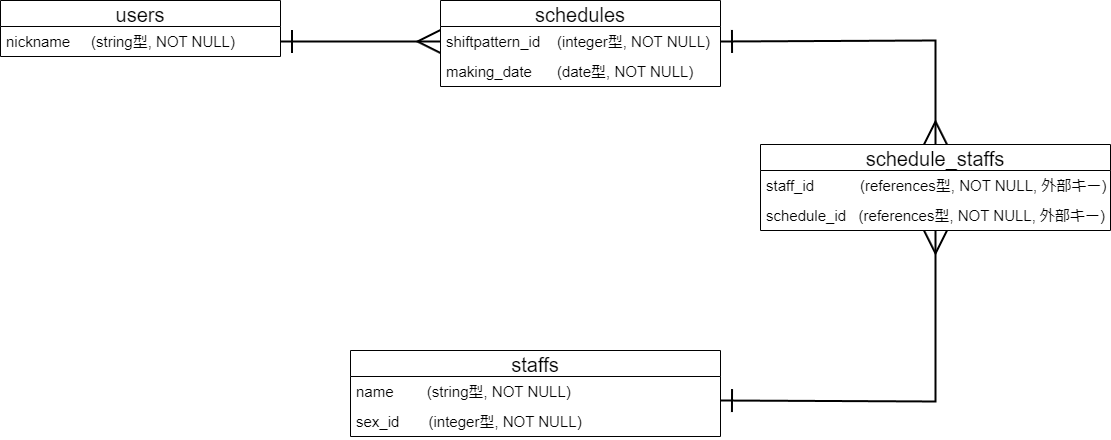
The draw.io diagram shift_maker_DB.drawio.png in piyofisu/shift_maker, before a commit. Source tidied: cells renumbered, new cells last; positions are measured from the earlier drawing's top-left corner, leaving out a move shared by most shapes.
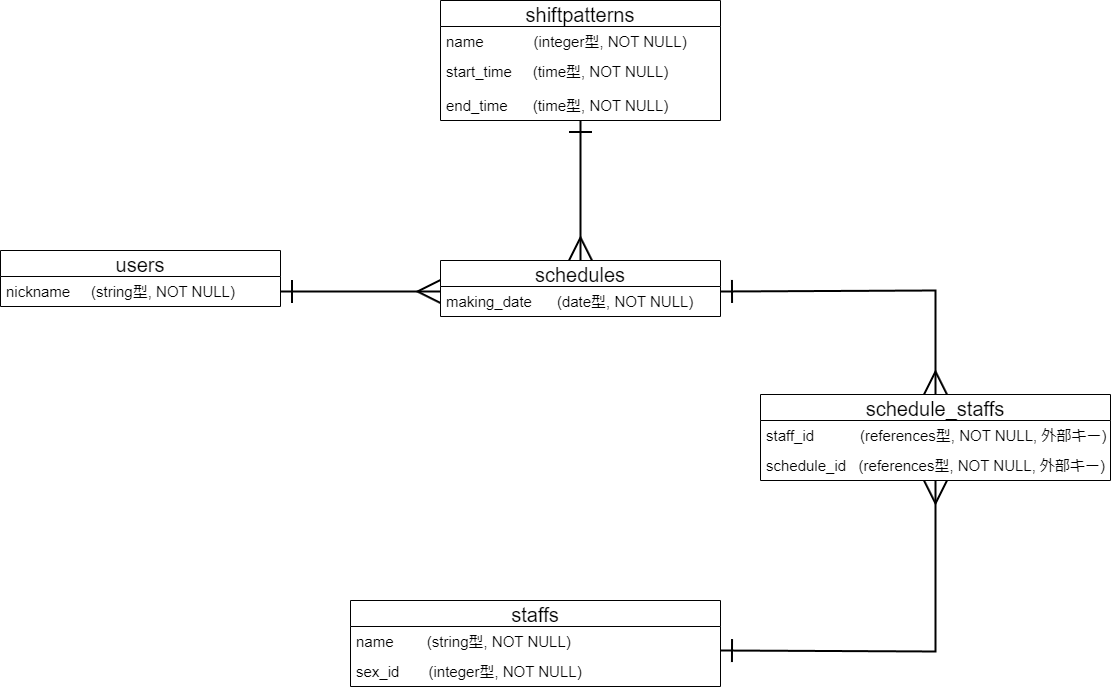
The same file after the commit.

Commit message:
作成自動化のため設計変更

Diff of the diagram source:
```diff
@@ -18,16 +18,15 @@
       <mxGeometry y="56" width="370" height="30" as="geometry" />
     </mxCell>
     <mxCell id="7" value="schedules" style="swimlane;fontStyle=0;horizontal=1;startSize=26;align=center;fontSize=20;" parent="1" vertex="1">
-      <mxGeometry x="440" width="280" height="86" as="geometry" />
+      <mxGeometry x="440" y="10" width="280" height="56" as="geometry" />
     </mxCell>
-    <mxCell id="8" value="shiftpattern_id    (integer型, NOT NULL)" style="text;strokeColor=none;fillColor=none;spacingLeft=4;spacingRight=4;overflow=hidden;points=[[0,0.5],[1,0.5]];portConstraint=eastwest;fontSize=15;" parent="7" vertex="1">
-      <mxGeometry y="26" width="280" height="30" as="geometry" />
-    </mxCell>
     <mxCell id="9" value="making_date      (date型, NOT NULL)" style="text;strokeColor=none;fillColor=none;spacingLeft=4;spacingRight=4;overflow=hidden;fontSize=15;" parent="7" vertex="1">
-      <mxGeometry y="56" width="280" height="30" as="geometry" />
+      <mxGeometry y="26" width="280" height="30" as="geometry" />
     </mxCell>
-    <mxCell id="10" style="edgeStyle=none;html=1;exitX=1;exitY=0.5;exitDx=0;exitDy=0;strokeWidth=2;fontSize=15;startArrow=ERone;startFill=0;endArrow=ERmany;endFill=0;endSize=20;startSize=20;entryX=0;entryY=0.5;entryDx=0;entryDy=0;" parent="1" edge="1" source="3" target="8">
-      <mxGeometry relative="1" as="geometry" />
+    <mxCell id="10" style="edgeStyle=none;html=1;exitX=1;exitY=0.5;exitDx=0;exitDy=0;strokeWidth=2;fontSize=15;startArrow=ERone;startFill=0;endArrow=ERmany;endFill=0;endSize=20;startSize=20;entryX=0;entryY=0.5;entryDx=0;entryDy=0;" parent="1" edge="1" source="3">
+      <mxGeometry relative="1" as="geometry">
+        <mxPoint x="440" y="41" as="targetPoint" />
+      </mxGeometry>
     </mxCell>
     <mxCell id="11" value="schedule_staffs" style="swimlane;fontStyle=0;horizontal=1;startSize=26;align=center;fontSize=20;" parent="1" vertex="1">
       <mxGeometry x="760" y="144" width="350" height="86" as="geometry" />
@@ -46,12 +45,28 @@
         </Array>
       </mxGeometry>
     </mxCell>
-    <mxCell id="15" style="edgeStyle=none;html=1;exitX=1;exitY=0.5;exitDx=0;exitDy=0;entryX=0.5;entryY=0;entryDx=0;entryDy=0;strokeWidth=2;fontSize=15;startArrow=ERone;startFill=0;endArrow=ERmany;endFill=0;startSize=20;endSize=20;rounded=0;" parent="1" edge="1" source="8" target="11">
+    <mxCell id="15" style="edgeStyle=none;html=1;exitX=1;exitY=0.5;exitDx=0;exitDy=0;entryX=0.5;entryY=0;entryDx=0;entryDy=0;strokeWidth=2;fontSize=15;startArrow=ERone;startFill=0;endArrow=ERmany;endFill=0;startSize=20;endSize=20;rounded=0;" parent="1" edge="1" target="11">
       <mxGeometry relative="1" as="geometry">
+        <mxPoint x="720" y="41" as="sourcePoint" />
         <Array as="points">
           <mxPoint x="935" y="40" />
         </Array>
       </mxGeometry>
     </mxCell>
+    <mxCell id="16" style="edgeStyle=none;html=1;fontSize=15;entryX=0.5;entryY=0;entryDx=0;entryDy=0;startArrow=ERone;startFill=0;endArrow=ERmany;endFill=0;endSize=20;startSize=20;strokeWidth=2;" parent="1" edge="1" source="17" target="7">
+      <mxGeometry relative="1" as="geometry" />
+    </mxCell>
+    <mxCell id="17" value="shiftpatterns" style="swimlane;fontStyle=0;horizontal=1;startSize=26;align=center;fontSize=20;" parent="1" vertex="1">
+      <mxGeometry x="440" y="-250" width="280" height="120" as="geometry" />
+    </mxCell>
+    <mxCell id="18" value="name            (integer型, NOT NULL)" style="text;strokeColor=none;fillColor=none;spacingLeft=4;spacingRight=4;overflow=hidden;fontSize=15;" parent="17" vertex="1">
+      <mxGeometry y="26" width="280" height="30" as="geometry" />
+    </mxCell>
+    <mxCell id="19" value="start_time     (time型, NOT NULL)" style="text;strokeColor=none;fillColor=none;spacingLeft=4;spacingRight=4;overflow=hidden;fontSize=15;" parent="17" vertex="1">
+      <mxGeometry y="56" width="280" height="34" as="geometry" />
+    </mxCell>
+    <mxCell id="20" value="end_time      (time型, NOT NULL)" style="text;strokeColor=none;fillColor=none;spacingLeft=4;spacingRight=4;overflow=hidden;fontSize=15;" parent="17" vertex="1">
+      <mxGeometry y="90" width="280" height="30" as="geometry" />
+    </mxCell>
   </root>
 </mxGraphModel>
```
